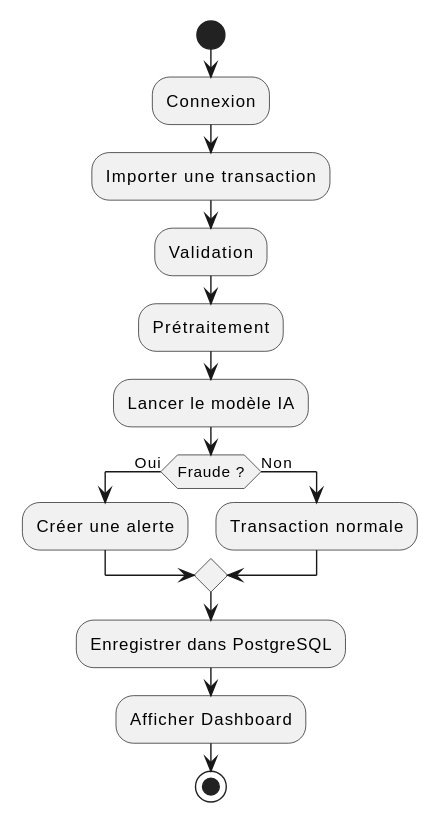
Before: docs/conception/uml/activity_prediction.svg, a diagram exported from PlantUML (dlouisesophie-debug/plateforme-fraude-bancaire). Source of this version:
```plantuml
@startuml
start

:Connexion;

:Importer une transaction;

:Validation;

:Prétraitement;

:Lancer le modèle IA;

if (Fraude ?) then (Oui)

:Créer une alerte;

else (Non)

:Transaction normale;

endif

:Enregistrer dans PostgreSQL;

:Afficher Dashboard;

stop
@enduml
```
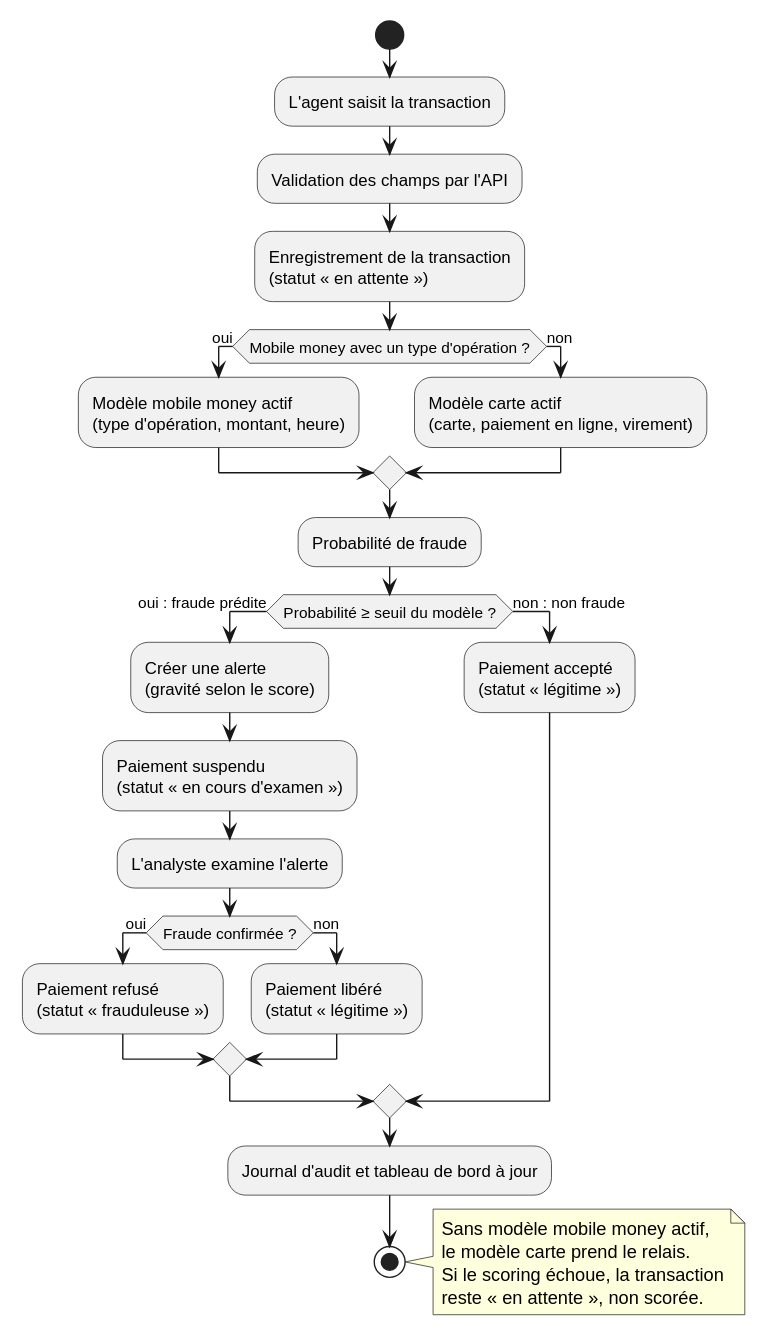
After the change.

Change to the diagram source:
```diff
@@ -1,29 +1,40 @@
 @startuml
 start
-
-:Connexion;
-
-:Importer une transaction;
-
-:Validation;
-
-:Prétraitement;
-
-:Lancer le modèle IA;
-
-if (Fraude ?) then (Oui)
-
-:Créer une alerte;
-
-else (Non)
-
-:Transaction normale;
-
+:L'agent saisit la transaction;
+:Validation des champs par l'API;
+:Enregistrement de la transaction
+(statut « en attente »);
+if (Mobile money avec un type d'opération ?) then (oui)
+  :Modèle mobile money actif
+  (type d'opération, montant, heure);
+else (non)
+  :Modèle carte actif
+  (carte, paiement en ligne, virement);
 endif
-
-:Enregistrer dans PostgreSQL;
-
-:Afficher Dashboard;
-
+:Probabilité de fraude;
+if (Probabilité ≥ seuil du modèle ?) then (oui : fraude prédite)
+  :Créer une alerte
+  (gravité selon le score);
+  :Paiement suspendu
+  (statut « en cours d'examen »);
+  :L'analyste examine l'alerte;
+  if (Fraude confirmée ?) then (oui)
+    :Paiement refusé
+    (statut « frauduleuse »);
+  else (non)
+    :Paiement libéré
+    (statut « légitime »);
+  endif
+else (non : non fraude)
+  :Paiement accepté
+  (statut « légitime »);
+endif
+:Journal d'audit et tableau de bord à jour;
 stop
+note right
+  Sans modèle mobile money actif,
+  le modèle carte prend le relais.
+  Si le scoring échoue, la transaction
+  reste « en attente », non scorée.
+end note
 @enduml
```
